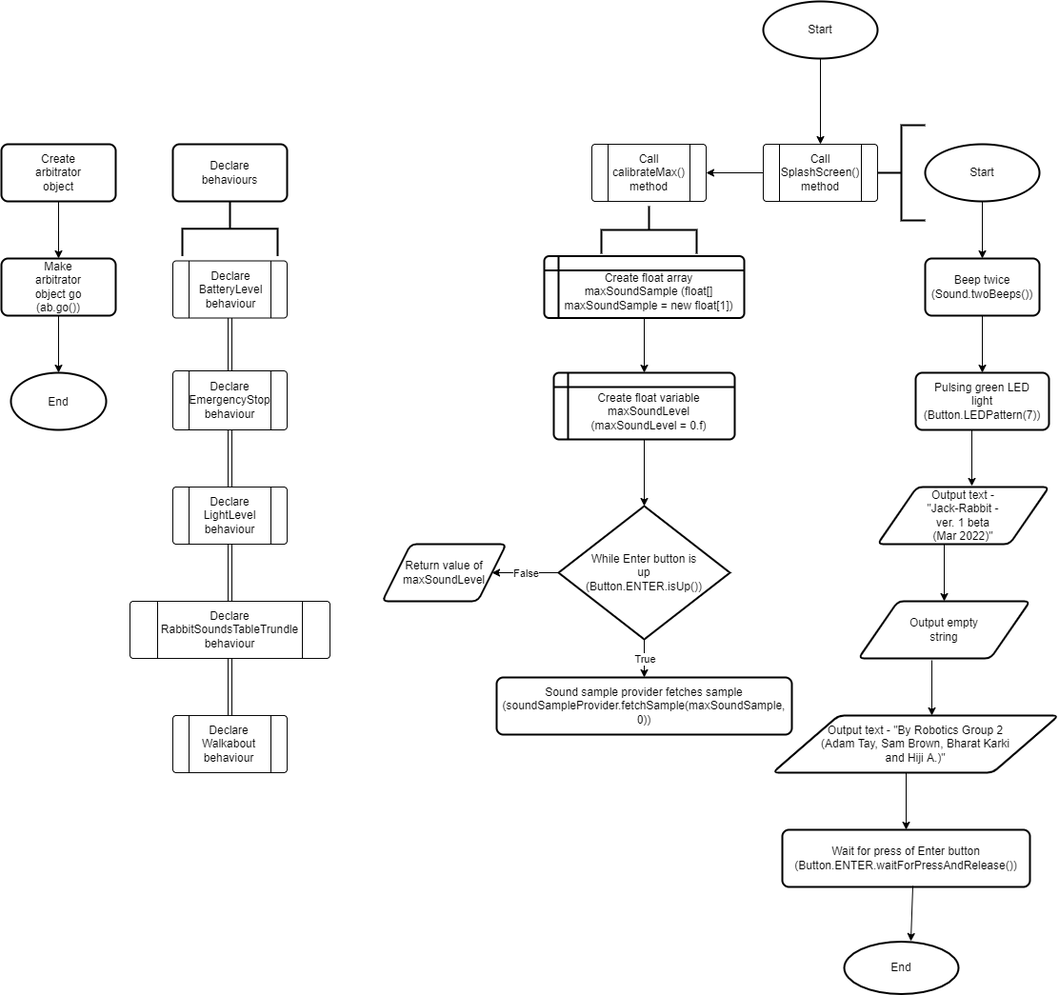
Above: Final submission/ControlFlow.png in XLmT09/Bunny-Robot (draw.io), before the change. Source tidied: cells renumbered, new cells last; positions are measured from the earlier drawing's top-left corner, leaving out a move shared by most shapes.
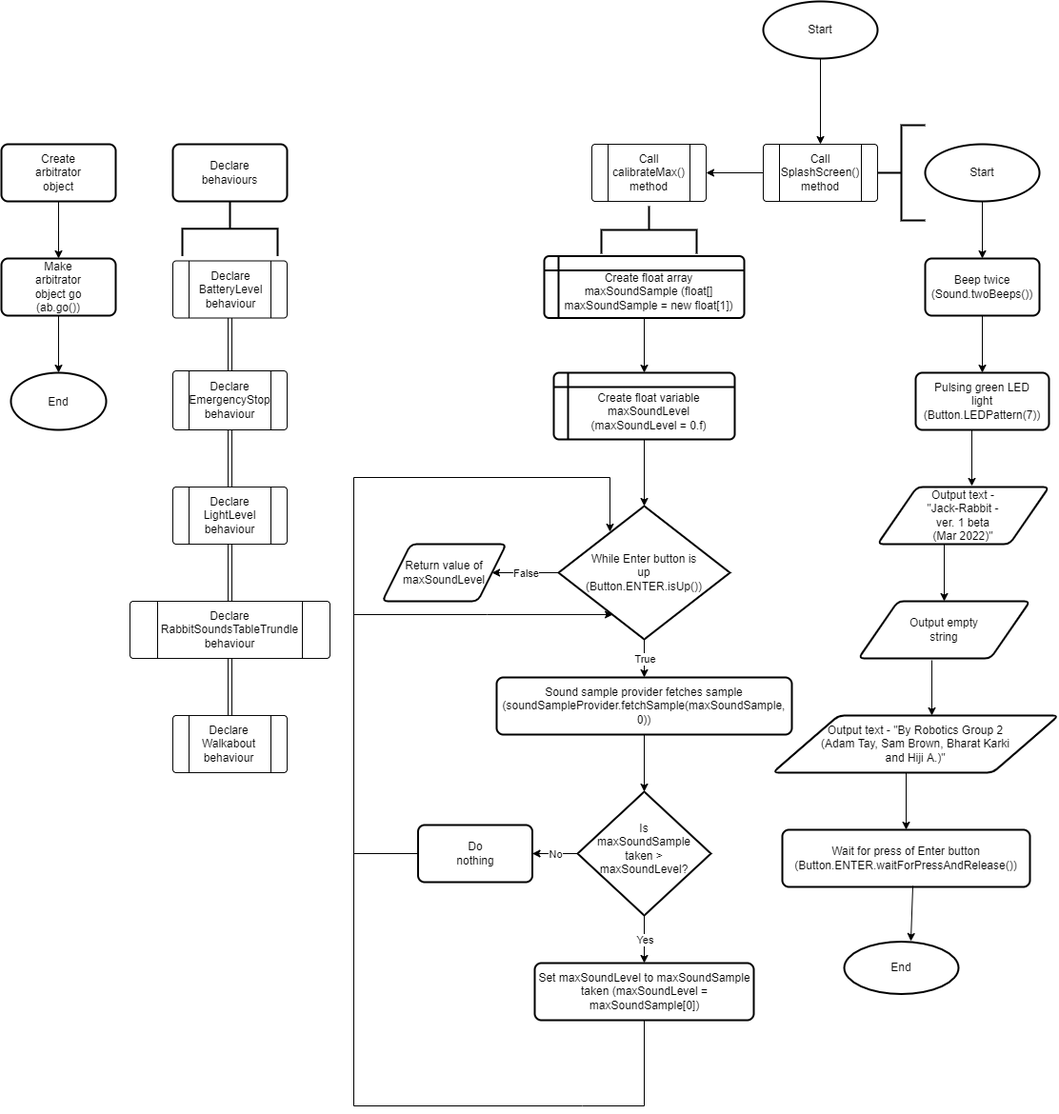
After the change.

What changed in the source:
```diff
@@ -311,5 +311,65 @@
     <mxCell id="100" value="False" style="edgeLabel;html=1;align=center;verticalAlign=middle;hachureGap=4;" parent="99" vertex="1">
       <mxGeometry relative="1" as="geometry" />
     </mxCell>
+    <mxCell id="101" style="group;" parent="1" vertex="1">
+      <mxGeometry x="605" y="830" width="140" height="130" as="geometry" />
+    </mxCell>
+    <mxCell id="102" style="strokeWidth=2;html=1;shape=mxgraph.flowchart.decision;whiteSpace=wrap;hachureGap=4;" parent="101" vertex="1">
+      <mxGeometry width="140" height="130" as="geometry" />
+    </mxCell>
+    <mxCell id="103" value="Is maxSoundSample taken &amp;gt; maxSoundLevel?" style="text;html=1;strokeColor=none;fillColor=none;align=center;verticalAlign=middle;whiteSpace=wrap;rounded=0;hachureGap=4;" parent="101" vertex="1">
+      <mxGeometry x="40" y="45" width="60" height="30" as="geometry" />
+    </mxCell>
+    <mxCell id="104" style="endArrow=classic;html=1;rounded=0;sourcePerimeterSpacing=8;targetPerimeterSpacing=8;curved=1;entryX=0.5;entryY=0;entryDx=0;entryDy=0;entryPerimeter=0;exitX=0.5;exitY=1;exitDx=0;exitDy=0;" parent="1" edge="1" source="92" target="102">
+      <mxGeometry relative="1" as="geometry" />
+    </mxCell>
+    <mxCell id="105" style="group;" parent="1" vertex="1">
+      <mxGeometry x="557.5" y="1010" width="235" height="60" as="geometry" />
+    </mxCell>
+    <mxCell id="106" style="rounded=1;whiteSpace=wrap;html=1;absoluteArcSize=1;arcSize=14;strokeWidth=2;hachureGap=4;" parent="105" vertex="1">
+      <mxGeometry x="2.5" width="230" height="60" as="geometry" />
+    </mxCell>
+    <mxCell id="107" value="Set maxSoundLevel to maxSoundSample taken (maxSoundLevel = maxSoundSample[0])" style="text;html=1;strokeColor=none;fillColor=none;align=center;verticalAlign=middle;whiteSpace=wrap;rounded=0;hachureGap=4;" parent="105" vertex="1">
+      <mxGeometry y="15" width="235" height="30" as="geometry" />
+    </mxCell>
+    <mxCell id="108" style="endArrow=classic;html=1;rounded=0;sourcePerimeterSpacing=8;targetPerimeterSpacing=8;curved=1;entryX=0.5;entryY=0;entryDx=0;entryDy=0;exitX=0.5;exitY=1;exitDx=0;exitDy=0;exitPerimeter=0;" parent="1" edge="1" source="102" target="106">
+      <mxGeometry relative="1" as="geometry" />
+    </mxCell>
+    <mxCell id="109" value="Yes" style="edgeLabel;html=1;align=center;verticalAlign=middle;hachureGap=4;" parent="108" vertex="1">
+      <mxGeometry relative="1" as="geometry" />
+    </mxCell>
+    <mxCell id="110" style="rounded=1;whiteSpace=wrap;html=1;absoluteArcSize=1;arcSize=14;strokeWidth=2;hachureGap=4;" parent="1" vertex="1">
+      <mxGeometry x="437.5" y="865" width="120" height="60" as="geometry" />
+    </mxCell>
+    <mxCell id="111" style="endArrow=classic;html=1;rounded=0;sourcePerimeterSpacing=8;targetPerimeterSpacing=8;curved=1;entryX=1;entryY=0.5;entryDx=0;entryDy=0;exitX=0;exitY=0.5;exitDx=0;exitDy=0;exitPerimeter=0;" parent="1" edge="1" source="102" target="110">
+      <mxGeometry relative="1" as="geometry" />
+    </mxCell>
+    <mxCell id="112" value="No" style="edgeLabel;html=1;align=center;verticalAlign=middle;hachureGap=4;" parent="111" vertex="1">
+      <mxGeometry relative="1" as="geometry" />
+    </mxCell>
+    <mxCell id="113" value="Do nothing" style="text;html=1;strokeColor=none;fillColor=none;align=center;verticalAlign=middle;whiteSpace=wrap;rounded=0;hachureGap=4;" parent="1" vertex="1">
+      <mxGeometry x="468" y="880" width="60" height="30" as="geometry" />
+    </mxCell>
+    <mxCell id="114" style="endArrow=classic;html=1;rounded=0;sourcePerimeterSpacing=8;targetPerimeterSpacing=8;edgeStyle=orthogonalEdgeStyle;exitX=0;exitY=0.5;exitDx=0;exitDy=0;entryX=0.3;entryY=0.193;entryDx=0;entryDy=0;entryPerimeter=0;" parent="1" edge="1" source="110" target="88">
+      <mxGeometry relative="1" as="geometry">
+        <Array as="points">
+          <mxPoint x="370" y="895" />
+          <mxPoint x="370" y="500" />
+          <mxPoint x="639" y="500" />
+        </Array>
+      </mxGeometry>
+    </mxCell>
+    <mxCell id="115" style="endArrow=classic;html=1;rounded=0;sourcePerimeterSpacing=8;targetPerimeterSpacing=8;exitX=0.5;exitY=1;exitDx=0;exitDy=0;entryX=0.317;entryY=0.814;entryDx=0;entryDy=0;entryPerimeter=0;" parent="1" edge="1" source="106" target="88">
+      <mxGeometry relative="1" as="geometry">
+        <Array as="points">
+          <mxPoint x="675" y="1160" />
+          <mxPoint x="610" y="1160" />
+          <mxPoint x="370" y="1160" />
+          <mxPoint x="370" y="760" />
+          <mxPoint x="370" y="644" />
+          <mxPoint x="510" y="644" />
+        </Array>
+      </mxGeometry>
+    </mxCell>
   </root>
 </mxGraphModel>
```
